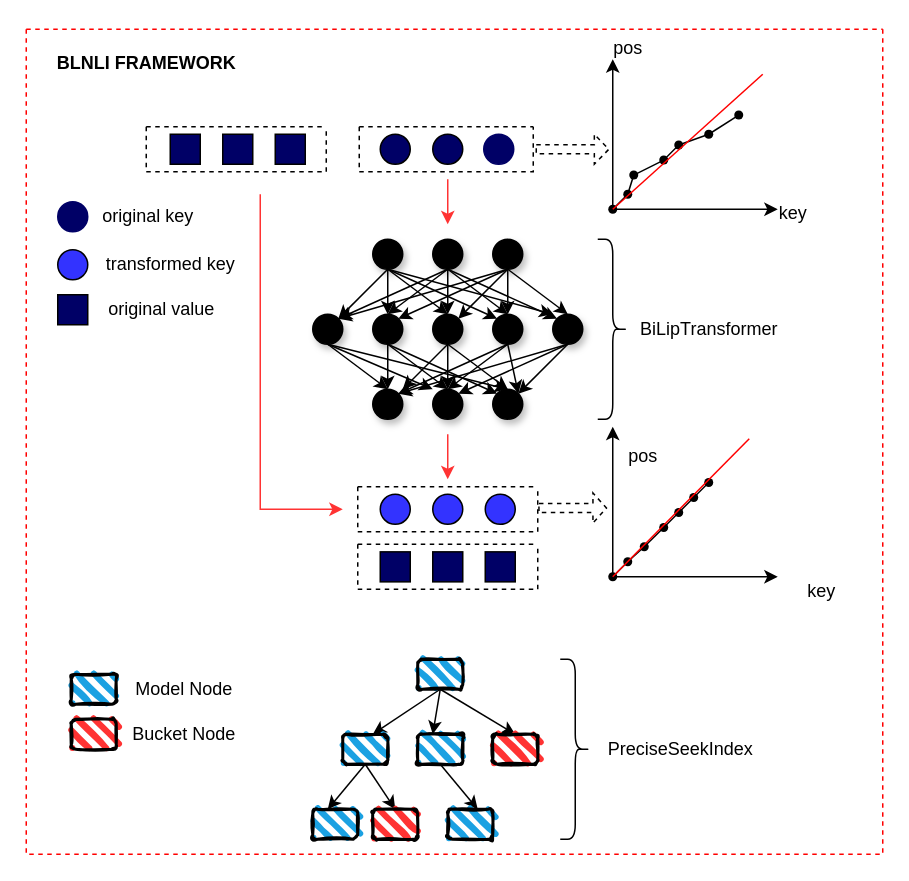
jingtao8a/draw.io keeps this draw.io diagram as images/BLNLI.drawio. Above is the earlier version. Source tidied: cells renumbered, new cells numbered last; positions are measured from the earlier drawing's top-left corner, leaving out a move shared by most shapes. Both pictures are drawn from the tidied source at 150%, with x=0, y=0 at pixel (26, 26).
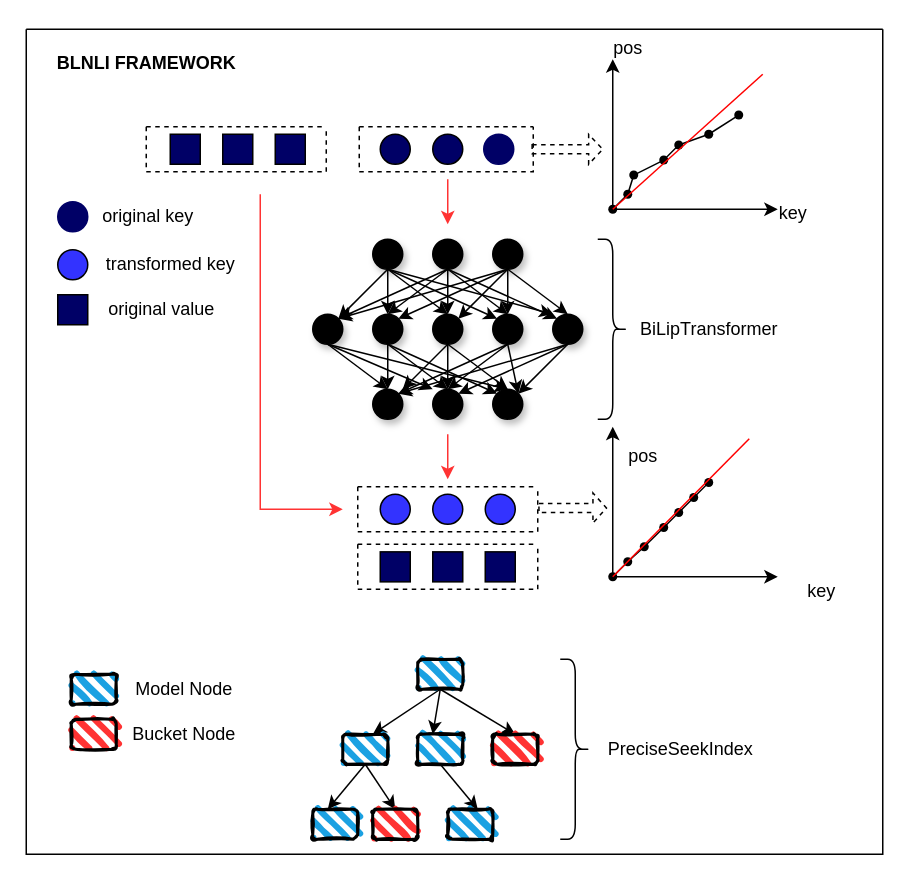
The same diagram, later.

What changed in the source:
```diff
@@
-    <mxCell id="81" style="swimlane;startSize=0;dashed=1;strokeColor=#FF0000;" parent="1" vertex="1">
+    <mxCell id="81" style="swimlane;startSize=0;strokeColor=#000000;" parent="1" vertex="1">
       <mxGeometry y="2" width="571" height="550" as="geometry" />
     </mxCell>
@@
     <mxCell id="84" style="shape=singleArrow;direction=south;whiteSpace=wrap;html=1;rotation=-90;dashed=1;" parent="81" vertex="1">
-      <mxGeometry x="354.2" y="55.8" width="20" height="48.4" as="geometry" />
+      <mxGeometry x="350.8" y="56.5" width="20" height="47.1" as="geometry" />
     </mxCell>
```
